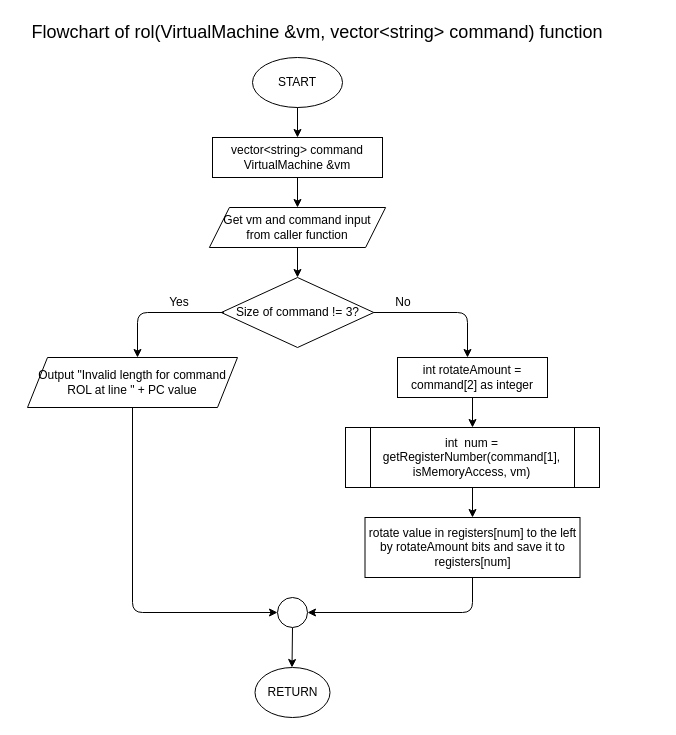
The draw.io diagram page "rol" (3 of 4) of source/Flowcharts.dio in Mutton9558/TT1L_G03, before the edit. Source tidied: cells renumbered, new cells numbered last; positions are measured from the earlier drawing's top-left corner, leaving out a move shared by most shapes. Both pictures are drawn from the tidied source at 100%, with x=0, y=0 at pixel (17, 17).
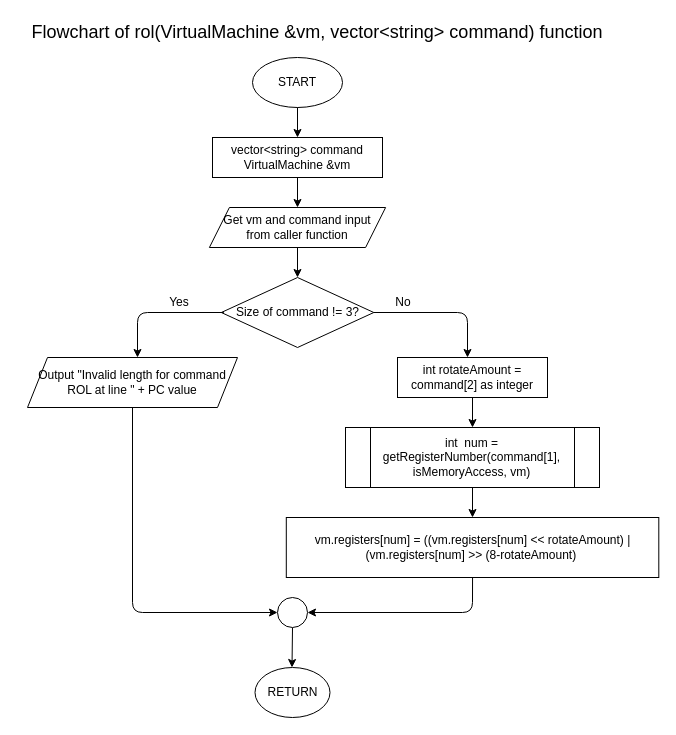
Above is the later version.

Diff of the diagram source:
```diff
@@
-    <mxCell id="21" value="rotate value in registers[num] to the left by rotateAmount bits and save it to registers[num]" style="rounded=0;whiteSpace=wrap;html=1;" parent="1" vertex="1">
-      <mxGeometry x="347.5" y="500" width="215" height="60" as="geometry" />
+    <mxCell id="21" value="vm.registers[num] = ((vm.registers[num] &amp;lt;&amp;lt; rotateAmount) | (vm.registers[num] &amp;gt;&amp;gt; (8-rotateAmount)&amp;nbsp;" style="rounded=0;whiteSpace=wrap;html=1;" parent="1" vertex="1">
+      <mxGeometry x="268.8" y="500" width="372.5" height="60" as="geometry" />
     </mxCell>
```
